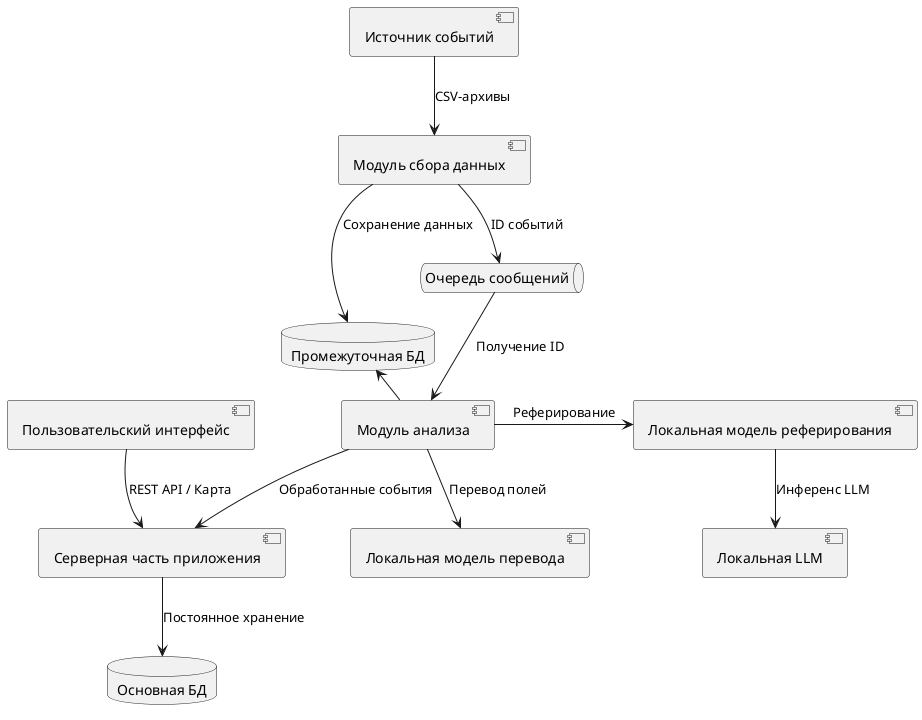
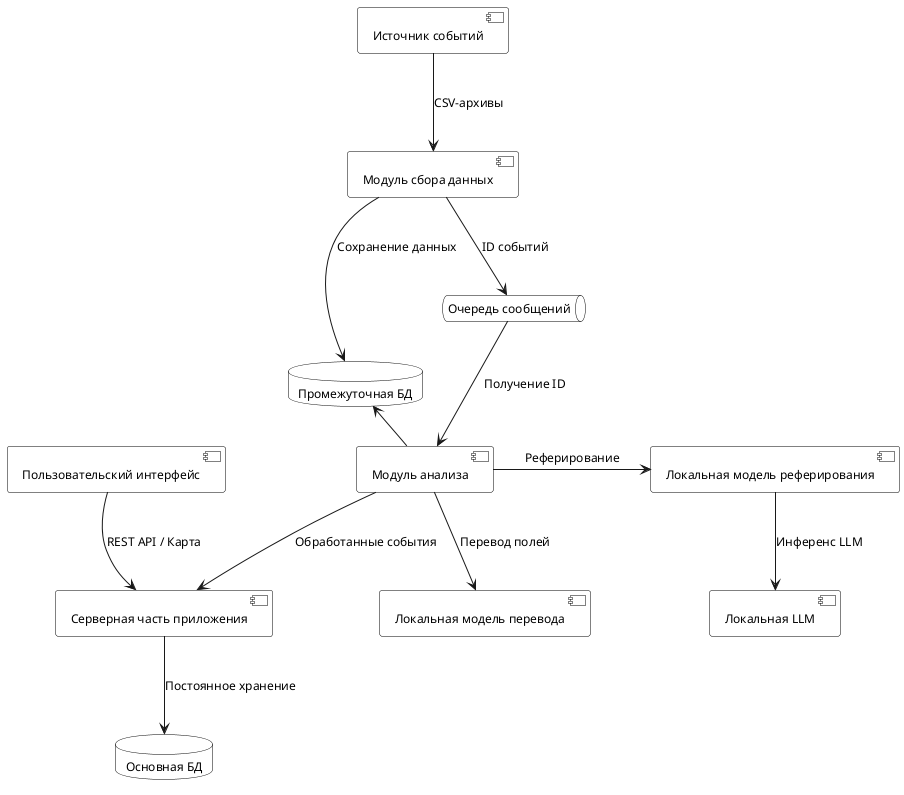
@startuml components_diagramm
top to bottom direction
skinparam defaultTextAlignment center
skinparam componentStyle uml2
+ 
+ ' Настройки для экономной печати
+ skinparam monochrome true
+ skinparam shadowing false
+ skinparam defaultFontName "Verdana"
+ skinparam defaultFontSize 12
+ 
+ ' Принудительный белый фон для всех типов элементов на этой диаграмме
+ skinparam ComponentBackgroundColor white
+ skinparam DatabaseBackgroundColor white
+ skinparam QueueBackgroundColor white
+ 
+ skinparam ComponentBorderColor black
+ skinparam DatabaseBorderColor black
+ skinparam QueueBorderColor black
+ 
+ ' Увеличиваем расстояния, чтобы разгрузить перекрестные связи
+ skinparam nodesep 60
+ skinparam ranksep 80

' Источники и сбор (Верхний уровень)
[Источник событий] as GDELT
[Модуль сбора данных] as Fetcher
database "Промежуточная БД" as SDB

' Очередь и логика (Средний уровень)
queue "Очередь сообщений" as RMQ
[Модуль анализа] as Analyzer
[Локальная LLM] as Ollama
[Локальная модель перевода] as Translator
[Локальная модель реферирования] as Summarizer

' Хранение и UI (Нижний уровень)
[Серверная часть приложения] as Core
database "Основная БД" as CDB
[Пользовательский интерфейс] as Web

' --- СВЯЗИ ---

' 1. Сбор данных
GDELT --> Fetcher : CSV-архивы
Fetcher --> SDB : Сохранение данных
Fetcher --> RMQ : ID событий

' 2. Анализ данных
RMQ --> Analyzer : Получение ID
Analyzer -left-> SDB : Чтение данных
Analyzer --> Translator : Перевод полей
Analyzer -right-> Summarizer : Реферирование
Summarizer --> Ollama : Инференс LLM
Analyzer --> Core : Обработанные события

' 3. Хранение и отображение
Core --> CDB : Постоянное хранение
Web --> Core : REST API / Карта

@enduml